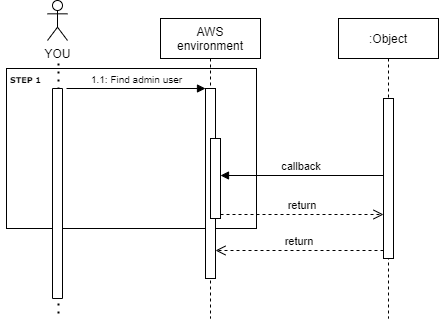
Earlier version of the draw.io export diagram.png (aasitamk/aasitamk.github.io). Source tidied: cells renumbered, new cells last; positions are measured from the earlier drawing's top-left corner, leaving out a move shared by most shapes.
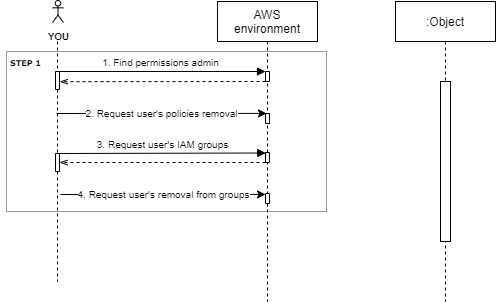
Above is the later version.

What changed in the source:
```diff
@@ -2,55 +2,87 @@
   <root>
     <mxCell id="0" />
     <mxCell id="1" parent="0" />
-    <mxCell id="2" value="&lt;p&gt;&lt;br&gt;&lt;/p&gt;" style="rounded=0;whiteSpace=wrap;html=1;align=left;" parent="1" vertex="1">
-      <mxGeometry x="6" y="68" width="250" height="160" as="geometry" />
+    <mxCell id="2" value="&lt;p&gt;&lt;br&gt;&lt;/p&gt;" style="rounded=0;whiteSpace=wrap;html=1;align=left;fillColor=none;strokeColor=#999999;" parent="1" vertex="1">
+      <mxGeometry x="6" y="68" width="320" height="160" as="geometry" />
     </mxCell>
     <mxCell id="3" value="AWS&#10;environment" style="shape=umlLifeline;perimeter=lifelinePerimeter;rounded=0;shadow=0;strokeWidth=1;" parent="1" vertex="1">
-      <mxGeometry x="160" y="18" width="100" height="300" as="geometry" />
+      <mxGeometry x="217" y="18" width="100" height="300" as="geometry" />
     </mxCell>
-    <mxCell id="4" style="points=[];perimeter=orthogonalPerimeter;rounded=0;shadow=0;strokeWidth=1;" parent="3" vertex="1">
-      <mxGeometry x="45" y="70" width="10" height="190" as="geometry" />
-    </mxCell>
-    <mxCell id="5" style="points=[];perimeter=orthogonalPerimeter;rounded=0;shadow=0;strokeWidth=1;" parent="3" vertex="1">
-      <mxGeometry x="50" y="120" width="10" height="80" as="geometry" />
-    </mxCell>
+    <mxCell id="16" style="rounded=0;whiteSpace=wrap;html=1;direction=south;strokeWidth=1;" parent="3" vertex="1">
+      <mxGeometry x="48" y="112" width="4" height="10" as="geometry" />
+    </mxCell>
+    <mxCell id="17" style="rounded=0;whiteSpace=wrap;html=1;direction=south;strokeWidth=1;" parent="3" vertex="1">
+      <mxGeometry x="48" y="151" width="4" height="10" as="geometry" />
+    </mxCell>
+    <mxCell id="18" style="rounded=0;whiteSpace=wrap;html=1;direction=south;strokeWidth=1;" parent="3" vertex="1">
+      <mxGeometry x="48" y="192" width="4" height="10" as="geometry" />
+    </mxCell>
     <mxCell id="6" value=":Object" style="shape=umlLifeline;perimeter=lifelinePerimeter;rounded=0;shadow=0;strokeWidth=1;" parent="1" vertex="1">
-      <mxGeometry x="338" y="18" width="100" height="300" as="geometry" />
+      <mxGeometry x="395" y="18" width="100" height="300" as="geometry" />
     </mxCell>
     <mxCell id="7" style="points=[];perimeter=orthogonalPerimeter;rounded=0;shadow=0;strokeWidth=1;" parent="6" vertex="1">
       <mxGeometry x="45" y="80" width="10" height="160" as="geometry" />
     </mxCell>
-    <mxCell id="8" value="return" style="verticalAlign=bottom;endArrow=open;dashed=1;endSize=8;exitX=0;exitY=0.95;shadow=0;strokeWidth=1;" parent="1" edge="1" source="7" target="4">
-      <mxGeometry relative="1" as="geometry" />
-    </mxCell>
-    <mxCell id="9" value="callback" style="verticalAlign=bottom;endArrow=block;entryX=1;entryY=0;shadow=0;strokeWidth=1;" parent="1" edge="1">
-      <mxGeometry relative="1" as="geometry">
-        <mxPoint x="383" y="175" as="sourcePoint" />
-        <mxPoint x="220" y="175" as="targetPoint" />
-      </mxGeometry>
-    </mxCell>
-    <mxCell id="10" value="return" style="verticalAlign=bottom;endArrow=open;dashed=1;endSize=8;exitX=1;exitY=0.95;shadow=0;strokeWidth=1;" parent="1" edge="1" source="5" target="7">
-      <mxGeometry relative="1" as="geometry" />
-    </mxCell>
+    <mxCell id="15" value="&lt;b&gt;&lt;font style=&quot;font-size: 8px&quot; face=&quot;Verdana&quot;&gt;STEP 1&lt;/font&gt;&lt;/b&gt;" style="text;html=1;align=center;verticalAlign=middle;" parent="1" vertex="1">
+      <mxGeometry y="68" width="50" height="20" as="geometry" />
+    </mxCell>
+    <mxCell id="19" value="&lt;font style=&quot;font-size: 10px&quot;&gt;4. Request user's removal from groups&lt;/font&gt;" style="endArrow=classic;html=1;shadow=0;fontFamily=Helvetica;fontSize=11;fontColor=#000000;align=center;startSize=8;strokeColor=#000000;strokeWidth=1;" parent="1" edge="1">
+      <mxGeometry relative="1" as="geometry">
+        <mxPoint x="60" y="211" as="sourcePoint" />
+        <mxPoint x="265" y="211" as="targetPoint" />
+      </mxGeometry>
+    </mxCell>
+    <mxCell id="20" value="&lt;font style=&quot;font-size: 10px&quot;&gt;1. Find permissions admin&lt;/font&gt;" style="html=1;verticalAlign=bottom;endArrow=block;shadow=0;fontFamily=Helvetica;fontSize=11;fontColor=#000000;align=center;startSize=8;strokeColor=#000000;strokeWidth=1;exitX=0;exitY=0.25;exitDx=0;exitDy=0;entryX=0;entryY=1;entryDx=0;entryDy=0;" parent="1" edge="1" target="26">
+      <mxGeometry relative="1" as="geometry">
+        <mxPoint x="55" y="88" as="sourcePoint" />
+      </mxGeometry>
+    </mxCell>
+    <mxCell id="21" style="endArrow=openThin;html=1;dashed=1;endFill=0;entryX=0.566;entryY=-0.077;entryDx=0;entryDy=0;entryPerimeter=0;" parent="1" edge="1" target="29">
+      <mxGeometry relative="1" as="geometry">
+        <mxPoint x="265" y="98" as="sourcePoint" />
+      </mxGeometry>
+    </mxCell>
+    <mxCell id="22" value="&lt;font style=&quot;font-size: 10px&quot;&gt;2. Request user's policies removal&lt;/font&gt;" style="endArrow=classic;html=1;shadow=0;fontFamily=Helvetica;fontSize=11;fontColor=#000000;align=center;startSize=8;strokeColor=#000000;strokeWidth=1;entryX=0.49;entryY=0.373;entryDx=0;entryDy=0;entryPerimeter=0;" parent="1" edge="1" target="3">
+      <mxGeometry relative="1" as="geometry">
+        <mxPoint x="56" y="130" as="sourcePoint" />
+      </mxGeometry>
+    </mxCell>
+    <mxCell id="23" value="&lt;font style=&quot;font-size: 10px&quot;&gt;3. Request user's IAM groups&lt;/font&gt;" style="html=1;verticalAlign=bottom;endArrow=block;shadow=0;fontFamily=Helvetica;fontSize=11;fontColor=#000000;align=center;startSize=8;strokeColor=#000000;strokeWidth=1;entryX=0.482;entryY=0.495;entryDx=0;entryDy=0;entryPerimeter=0;" parent="1" edge="1">
+      <mxGeometry relative="1" as="geometry">
+        <mxPoint x="59" y="170" as="sourcePoint" />
+        <mxPoint x="265.2" y="169.5" as="targetPoint" />
+      </mxGeometry>
+    </mxCell>
+    <mxCell id="24" style="rounded=0;whiteSpace=wrap;html=1;direction=south;strokeWidth=1;" parent="1" vertex="1">
+      <mxGeometry x="55" y="170" width="4" height="18" as="geometry" />
+    </mxCell>
+    <mxCell id="25" style="endArrow=none;dashed=1;html=1;" parent="1" edge="1" source="29" target="24">
+      <mxGeometry relative="1" as="geometry" />
+    </mxCell>
+    <mxCell id="26" style="rounded=0;whiteSpace=wrap;html=1;direction=south;strokeWidth=1;" parent="1" vertex="1">
+      <mxGeometry x="265" y="88" width="4" height="10" as="geometry" />
+    </mxCell>
+    <mxCell id="27" style="endArrow=openThin;html=1;dashed=1;endFill=0;entryX=0.5;entryY=0;entryDx=0;entryDy=0;" parent="1" edge="1">
+      <mxGeometry relative="1" as="geometry">
+        <mxPoint x="265" y="179" as="sourcePoint" />
+        <mxPoint x="59" y="179" as="targetPoint" />
+      </mxGeometry>
+    </mxCell>
+    <mxCell id="28" style="endArrow=none;dashed=1;html=1;" parent="1" edge="1" source="24">
+      <mxGeometry relative="1" as="geometry">
+        <mxPoint x="57" y="298.2" as="targetPoint" />
+      </mxGeometry>
+    </mxCell>
+    <mxCell id="29" style="rounded=0;whiteSpace=wrap;html=1;direction=south;strokeWidth=1;" parent="1" vertex="1">
+      <mxGeometry x="55" y="88" width="4" height="18" as="geometry" />
+    </mxCell>
+    <mxCell id="30" style="endArrow=none;dashed=1;html=1;" parent="1" edge="1" target="29">
+      <mxGeometry relative="1" as="geometry">
+        <mxPoint x="57" y="58" as="sourcePoint" />
+      </mxGeometry>
+    </mxCell>
-    <mxCell id="11" value="YOU" style="shape=umlActor;verticalLabelPosition=bottom;verticalAlign=top;html=1;" parent="1" vertex="1">
-      <mxGeometry x="47" width="20" height="40" as="geometry" />
+    <mxCell id="11" value="&lt;font style=&quot;font-size: 10px&quot;&gt;&lt;b&gt;YOU&lt;/b&gt;&lt;/font&gt;" style="shape=umlActor;verticalLabelPosition=bottom;verticalAlign=top;html=1;" parent="1" vertex="1">
+      <mxGeometry x="52" y="17" width="11" height="22" as="geometry" />
     </mxCell>
-    <mxCell id="12" style="endArrow=none;dashed=1;html=1;dashPattern=1 3;strokeWidth=2;" parent="1" edge="1">
-      <mxGeometry relative="1" as="geometry">
-        <mxPoint x="58" y="313" as="sourcePoint" />
-        <mxPoint x="58" y="63" as="targetPoint" />
-      </mxGeometry>
-    </mxCell>
-    <mxCell id="13" style="rounded=0;whiteSpace=wrap;html=1;direction=south;" parent="1" vertex="1">
-      <mxGeometry x="52" y="88" width="10" height="210" as="geometry" />
-    </mxCell>
-    <mxCell id="14" value="&lt;font style=&quot;font-size: 10px&quot;&gt;1.1: Find admin user&lt;/font&gt;" style="html=1;verticalAlign=bottom;endArrow=block;shadow=0;fontFamily=Helvetica;fontSize=11;fontColor=#000000;align=center;startSize=8;strokeColor=#000000;strokeWidth=1;" parent="1" edge="1" target="4">
-      <mxGeometry relative="1" as="geometry">
-        <mxPoint x="66" y="88" as="sourcePoint" />
-      </mxGeometry>
-    </mxCell>
-    <mxCell id="15" value="&lt;b&gt;&lt;font style=&quot;font-size: 8px&quot; face=&quot;Verdana&quot;&gt;STEP 1&lt;/font&gt;&lt;/b&gt;" style="text;html=1;align=center;verticalAlign=middle;" parent="1" vertex="1">
-      <mxGeometry y="68" width="50" height="20" as="geometry" />
-    </mxCell>
   </root>
 </mxGraphModel>
```
